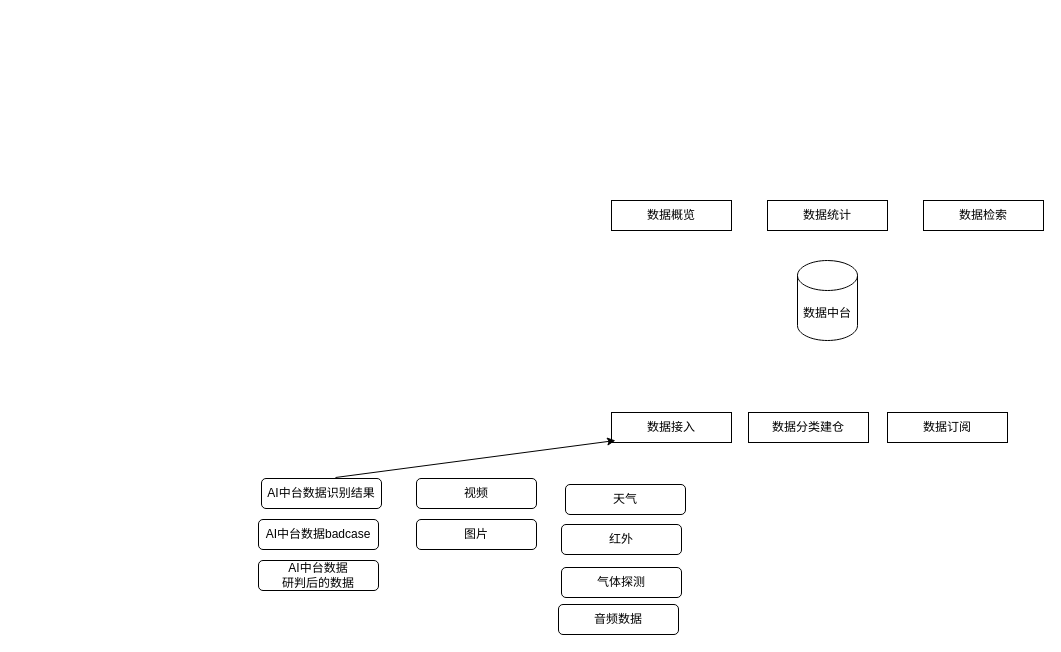
Before: 数据中台架构图 V1.0.drawio in yangchenyu/micro-service, a draw.io diagram. Source tidied: cells renumbered, new cells numbered last; positions are measured from the earlier drawing's top-left corner, leaving out a move shared by most shapes. Both pictures are drawn from the tidied source at 100%, with x=0, y=0 at pixel (258, 200).
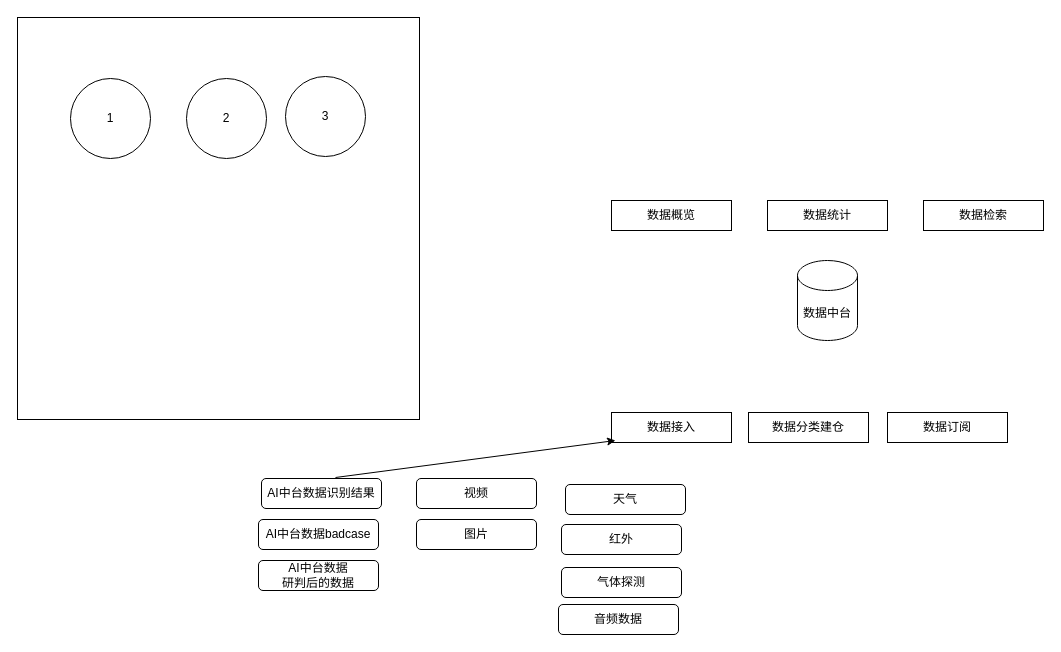
Above is the later version.

Commit message:
更新数据中台架构图 V1.0.drawio

Diff of the diagram source:
```diff
@@
+    <mxCell id="19" style="whiteSpace=wrap;html=1;" parent="1" vertex="1">
+      <mxGeometry x="-241" y="-183" width="402" height="402" as="geometry" />
+    </mxCell>
+    <mxCell id="20" value="1" style="ellipse;whiteSpace=wrap;html=1;" parent="1" vertex="1">
+      <mxGeometry x="-188" y="-122" width="80" height="80" as="geometry" />
+    </mxCell>
+    <mxCell id="21" value="2" style="ellipse;whiteSpace=wrap;html=1;" parent="1" vertex="1">
+      <mxGeometry x="-72" y="-122" width="80" height="80" as="geometry" />
+    </mxCell>
+    <mxCell id="22" value="3" style="ellipse;whiteSpace=wrap;html=1;" parent="1" vertex="1">
+      <mxGeometry x="27" y="-124" width="80" height="80" as="geometry" />
+    </mxCell>
```
